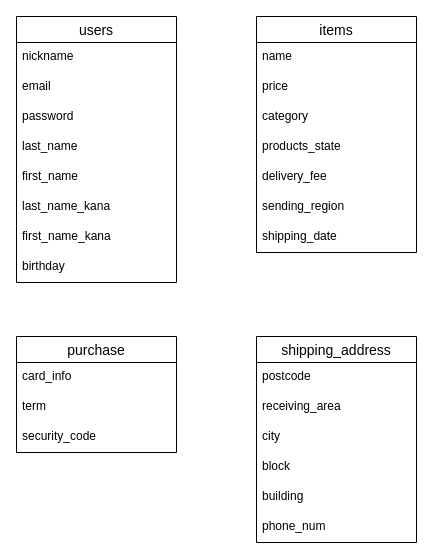
This is furima.dio from sho1999/furima-32340, a draw.io file, before an edit. Source tidied: cells renumbered, new cells numbered last; positions are measured from the earlier drawing's top-left corner, leaving out a move shared by most shapes. Both pictures are drawn from the tidied source at 100%, with x=0, y=0 at pixel (16, 16).
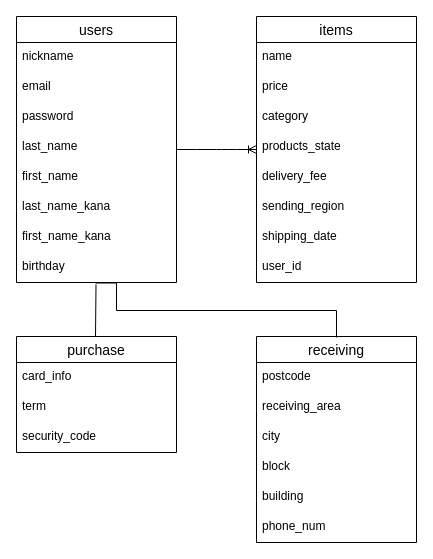
The same diagram, later.

Commit message (it also covers changes not shown here):
データベース設計

The change refers to these unchanged cells:
```xml
<mxCell id="2" value="users" style="swimlane;fontStyle=0;horizontal=1;startSize=26;align=center;fontSize=14;" parent="1" vertex="1">
  <mxGeometry width="160" height="266" as="geometry" />
</mxCell>
```

Change to the diagram source:
```diff
@@
     <mxCell id="11" value="items" style="swimlane;fontStyle=0;horizontal=1;startSize=26;align=center;fontSize=14;" parent="1" vertex="1">
-      <mxGeometry x="240" width="160" height="236" as="geometry" />
+      <mxGeometry x="240" width="160" height="266" as="geometry" />
     </mxCell>
@@
+    <mxCell id="30" value="shipping_date" style="text;strokeColor=none;fillColor=none;spacingLeft=4;spacingRight=4;overflow=hidden;fontSize=12;" parent="11" vertex="1">
+      <mxGeometry y="206" width="160" height="30" as="geometry" />
+    </mxCell>
-    <mxCell id="18" value="shipping_date" style="text;strokeColor=none;fillColor=none;spacingLeft=4;spacingRight=4;overflow=hidden;fontSize=12;" parent="11" vertex="1">
-      <mxGeometry y="206" width="160" height="30" as="geometry" />
+    <mxCell id="18" value="user_id" style="text;strokeColor=none;fillColor=none;spacingLeft=4;spacingRight=4;overflow=hidden;fontSize=12;" parent="11" vertex="1">
+      <mxGeometry y="236" width="160" height="30" as="geometry" />
     </mxCell>
@@
-    <mxCell id="23" value="shipping_address" style="swimlane;fontStyle=0;horizontal=1;startSize=26;align=center;fontSize=14;" parent="1" vertex="1">
+    <mxCell id="23" value="receiving" style="swimlane;fontStyle=0;horizontal=1;startSize=26;align=center;fontSize=14;" parent="1" vertex="1">
       <mxGeometry x="240" y="320" width="160" height="206" as="geometry" />
     </mxCell>
@@
+    <mxCell id="31" style="edgeStyle=entityRelationEdgeStyle;fontSize=12;html=1;endArrow=ERoneToMany;" parent="1" edge="1" source="2" target="11">
+      <mxGeometry relative="1" as="geometry" />
+    </mxCell>
+    <mxCell id="32" style="endArrow=none;html=1;rounded=0;exitX=0.503;exitY=1.067;exitDx=0;exitDy=0;exitPerimeter=0;entryX=0.5;entryY=0;entryDx=0;entryDy=0;" parent="1" edge="1">
+      <mxGeometry relative="1" as="geometry">
+        <mxPoint x="79.5" y="268" as="sourcePoint" />
+        <mxPoint x="79" y="320" as="targetPoint" />
+      </mxGeometry>
+    </mxCell>
+    <mxCell id="33" style="endArrow=none;html=1;rounded=0;exitX=0.493;exitY=0.983;exitDx=0;exitDy=0;exitPerimeter=0;entryX=0.5;entryY=0;entryDx=0;entryDy=0;edgeStyle=orthogonalEdgeStyle;" parent="1" edge="1">
+      <mxGeometry relative="1" as="geometry">
+        <mxPoint x="78.9" y="266.5" as="sourcePoint" />
+        <mxPoint x="320" y="321" as="targetPoint" />
+        <Array as="points">
+          <mxPoint x="100" y="267" />
+          <mxPoint x="100" y="294" />
+          <mxPoint x="320" y="294" />
+        </Array>
+      </mxGeometry>
+    </mxCell>
```
